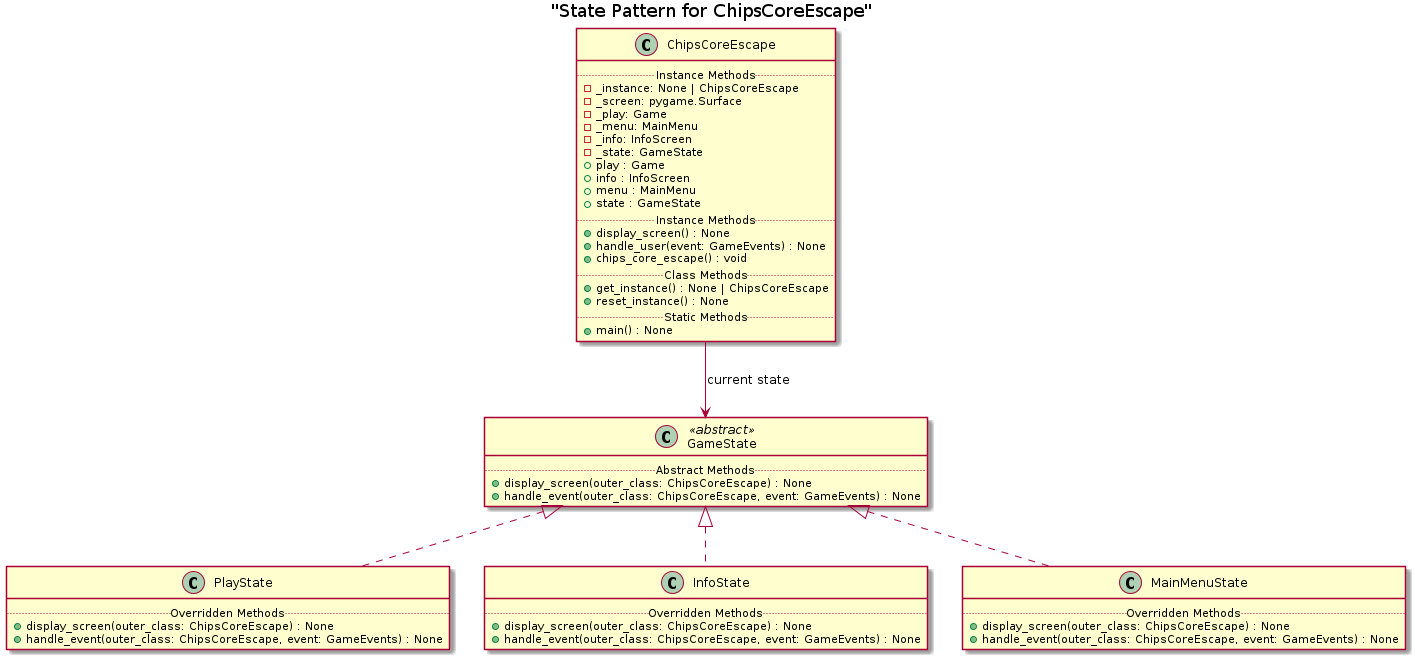
The PlantUML diagram Puzzle_Maze/uml/game_states/game_states.png in kmerickson/OOP-PuzzleMaze, before a commit.
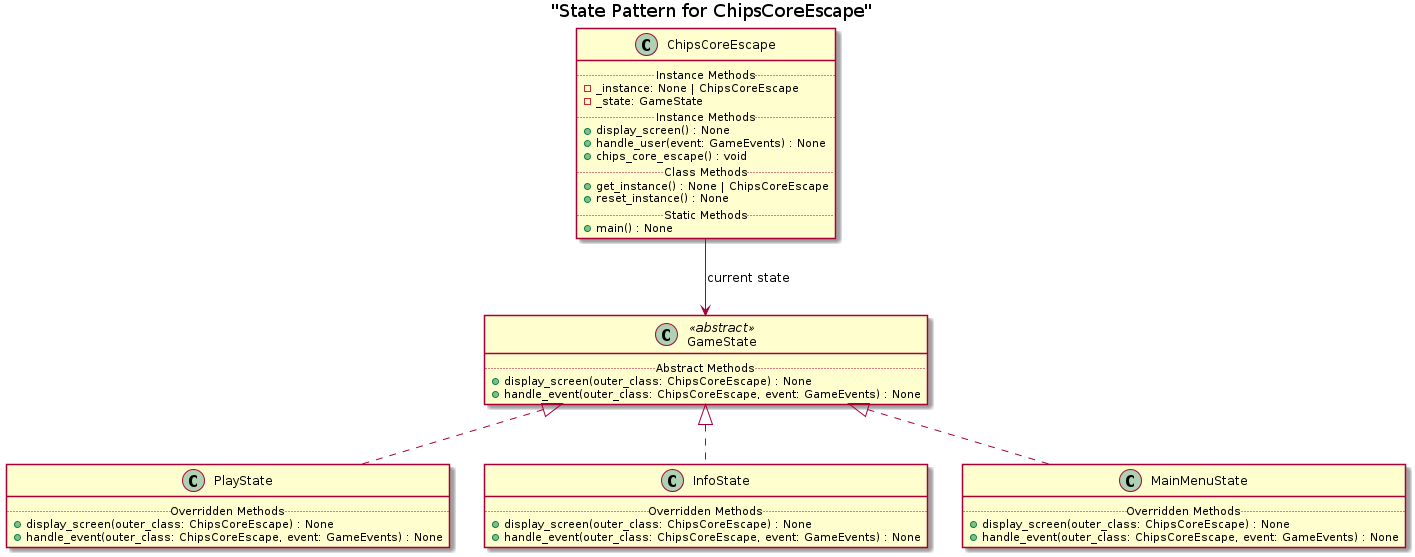
Later version of the same file.

Change to the diagram source:
```diff
@@ -28,15 +28,7 @@
 class ChipsCoreEscape {
     ..Instance Methods..
     - _instance: None | ChipsCoreEscape
-    - _screen: pygame.Surface
-    - _play: Game
-    - _menu: MainMenu
-    - _info: InfoScreen
     - _state: GameState
-    + play : Game
-    + info : InfoScreen
-    + menu : MainMenu
-    + state : GameState
     ..Instance Methods..
     + display_screen() : None
     + handle_user(event: GameEvents) : None
```
